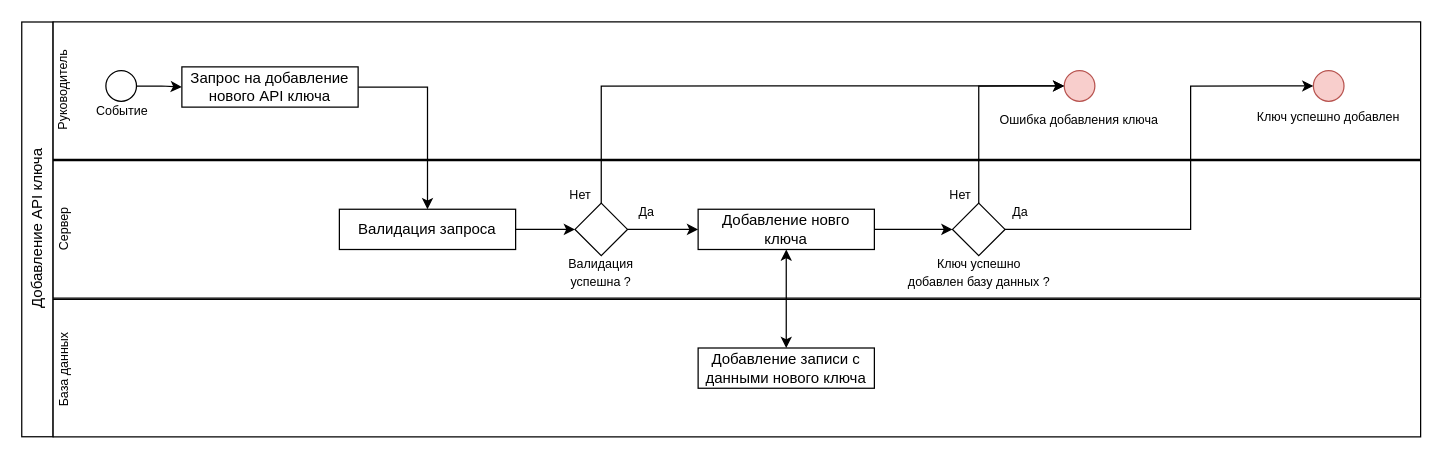
Earlier version of the draw.io diagram page "Страница-5" (6 of 8) of техническое_задание.drawio (Filimon4/diplom). Source tidied: cells renumbered, new cells numbered last; positions are measured from the earlier drawing's top-left corner, leaving out a move shared by most shapes. Both pictures are drawn from the tidied source at 125%, with x=0, y=0 at pixel (-170, 21).
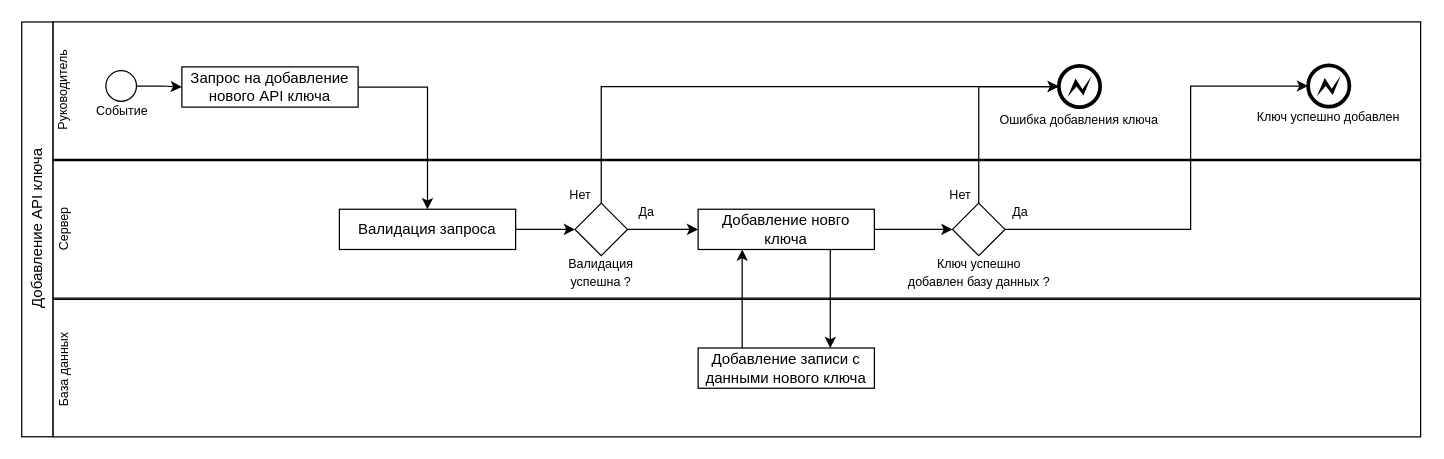
After the change.

Unchanged cells that the change refers to:
```xml
<mxCell id="15" value="Добавление новго ключа" style="whiteSpace=wrap;html=1;" parent="1" vertex="1">
  <mxGeometry x="694" y="149.9" width="141" height="32.2" as="geometry" />
</mxCell>
<mxCell id="17" style="rhombus;whiteSpace=wrap;html=1;" parent="1" vertex="1">
  <mxGeometry x="595.5" y="145" width="42" height="42" as="geometry" />
</mxCell>
<mxCell id="28" value="Добавление записи с данными нового ключа" style="whiteSpace=wrap;html=1;" parent="1" vertex="1">
  <mxGeometry x="694" y="260.9" width="141" height="32.2" as="geometry" />
</mxCell>
<mxCell id="31" style="rhombus;whiteSpace=wrap;html=1;" parent="1" vertex="1">
  <mxGeometry x="897.5" y="145" width="42" height="42" as="geometry" />
</mxCell>
```

Diff of the diagram source:
```diff
@@
-    <mxCell id="19" style="ellipse;whiteSpace=wrap;html=1;fillColor=#f8cecc;strokeColor=#b85450;" parent="1" vertex="1">
-      <mxGeometry x="986.9" y="39" width="24.5" height="24.5" as="geometry" />
-    </mxCell>
@@
-    <mxCell id="21" style="endArrow=classic;html=1;rounded=0;exitX=0.5;exitY=0;exitDx=0;exitDy=0;entryX=0;entryY=0.5;entryDx=0;entryDy=0;edgeStyle=orthogonalEdgeStyle;" parent="1" edge="1" source="17" target="19">
+    <mxCell id="21" style="endArrow=classic;html=1;rounded=0;exitX=0.5;exitY=0;exitDx=0;exitDy=0;entryX=0;entryY=0.5;entryDx=0;entryDy=0;edgeStyle=orthogonalEdgeStyle;entryPerimeter=0;" parent="1" edge="1" source="17" target="37">
       <mxGeometry relative="1" as="geometry" />
     </mxCell>
@@
-    <mxCell id="24" style="ellipse;whiteSpace=wrap;html=1;fillColor=#f8cecc;strokeColor=#b85450;" parent="1" vertex="1">
-      <mxGeometry x="1186.2" y="39" width="24.5" height="24.5" as="geometry" />
-    </mxCell>
@@
-    <mxCell id="29" style="endArrow=classic;html=1;rounded=0;exitX=0.5;exitY=1;exitDx=0;exitDy=0;entryX=0.5;entryY=0;entryDx=0;entryDy=0;startArrow=classic;startFill=1;" parent="1" edge="1" source="15" target="28">
-      <mxGeometry relative="1" as="geometry" />
-    </mxCell>
-    <mxCell id="30" style="edgeStyle=orthogonalEdgeStyle;rounded=0;jettySize=auto;html=1;exitX=0.5;exitY=0;exitDx=0;exitDy=0;entryX=0;entryY=0.5;entryDx=0;entryDy=0;" parent="1" edge="1" source="31" target="19">
+    <mxCell id="30" style="edgeStyle=orthogonalEdgeStyle;rounded=0;jettySize=auto;html=1;exitX=0.5;exitY=0;exitDx=0;exitDy=0;entryX=0;entryY=0.5;entryDx=0;entryDy=0;entryPerimeter=0;" parent="1" edge="1" source="31" target="37">
       <mxGeometry relative="1" as="geometry" />
     </mxCell>
@@
-    <mxCell id="34" style="endArrow=classic;html=1;rounded=0;exitX=1;exitY=0.5;exitDx=0;exitDy=0;entryX=0;entryY=0.5;entryDx=0;entryDy=0;edgeStyle=orthogonalEdgeStyle;" parent="1" edge="1" source="31" target="24">
+    <mxCell id="34" style="endArrow=classic;html=1;rounded=0;exitX=1;exitY=0.5;exitDx=0;exitDy=0;entryX=0;entryY=0.5;entryDx=0;entryDy=0;edgeStyle=orthogonalEdgeStyle;entryPerimeter=0;" parent="1" edge="1" source="31" target="38">
       <mxGeometry relative="1" as="geometry">
         <Array as="points">
           <mxPoint x="1088" y="166" />
           <mxPoint x="1088" y="51" />
         </Array>
       </mxGeometry>
     </mxCell>
@@
+    <mxCell id="36" style="endArrow=classic;html=1;rounded=0;entryX=0.25;entryY=1;entryDx=0;entryDy=0;exitX=0.25;exitY=0;exitDx=0;exitDy=0;" parent="1" edge="1" source="28" target="15">
+      <mxGeometry relative="1" as="geometry" />
+    </mxCell>
+    <mxCell id="29" style="endArrow=classic;html=1;rounded=0;exitX=0.75;exitY=1;exitDx=0;exitDy=0;entryX=0.75;entryY=0;entryDx=0;entryDy=0;" parent="1" edge="1" source="15" target="28">
+      <mxGeometry relative="1" as="geometry" />
+    </mxCell>
+    <mxCell id="37" style="points=[[0.145,0.145,0],[0.5,0,0],[0.855,0.145,0],[1,0.5,0],[0.855,0.855,0],[0.5,1,0],[0.145,0.855,0],[0,0.5,0]];shape=mxgraph.bpmn.event;html=1;verticalLabelPosition=bottom;labelBackgroundColor=#ffffff;verticalAlign=top;align=center;perimeter=ellipsePerimeter;outlineConnect=0;outline=end;symbol=error;" parent="1" vertex="1">
+      <mxGeometry x="982.6" y="35.2" width="33" height="33" as="geometry" />
+    </mxCell>
+    <mxCell id="38" style="points=[[0.145,0.145,0],[0.5,0,0],[0.855,0.145,0],[1,0.5,0],[0.855,0.855,0],[0.5,1,0],[0.145,0.855,0],[0,0.5,0]];shape=mxgraph.bpmn.event;html=1;verticalLabelPosition=bottom;labelBackgroundColor=#ffffff;verticalAlign=top;align=center;perimeter=ellipsePerimeter;outlineConnect=0;outline=end;symbol=error;" parent="1" vertex="1">
+      <mxGeometry x="1182" y="34.8" width="33" height="33" as="geometry" />
+    </mxCell>
```
